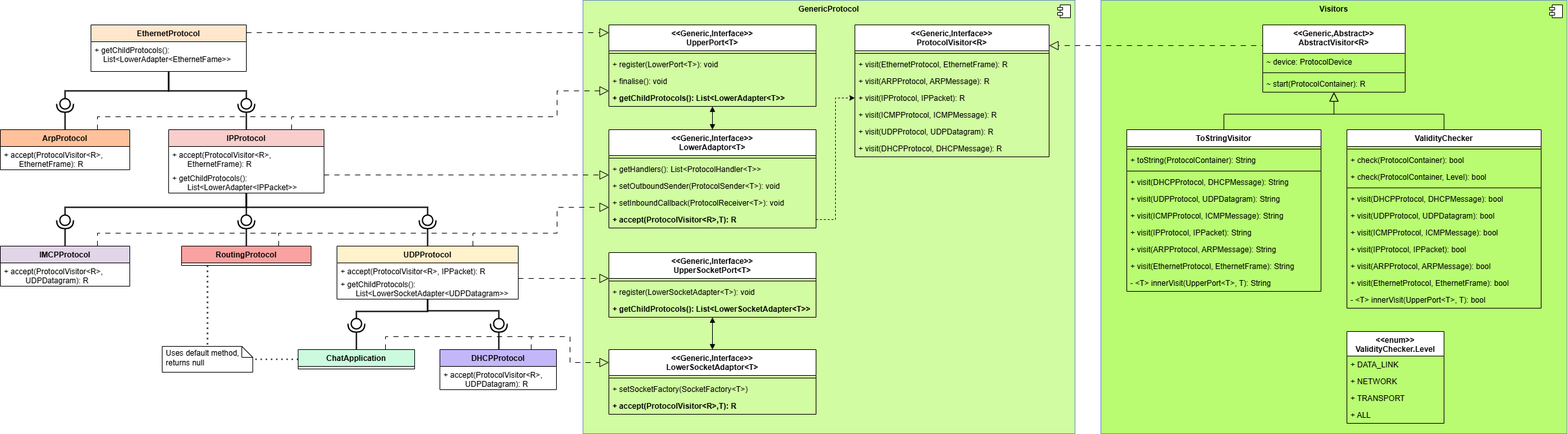
Earlier version of the draw.io export appliedprog/diagrams/week18.png (RichardMorris/TRUR3125-Applied-Programming-26-27). Source tidied: cells renumbered, new cells last; positions are measured from the earlier drawing's top-left corner, leaving out a move shared by most shapes.
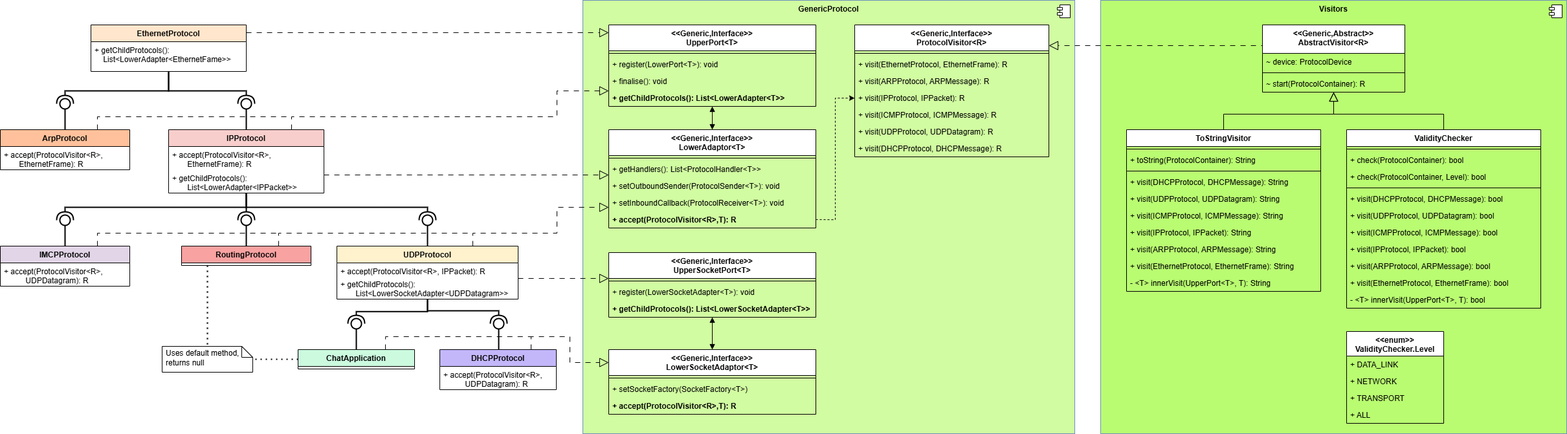
The same diagram one commit later.

The edit, as a diff of the source:
```diff
@@ -25,12 +25,12 @@
     <mxCell id="7" value="+ accept(ProtocolVisitor&amp;lt;R&amp;gt;,&amp;nbsp;&lt;br&gt;&lt;span style=&quot;background-color: transparent; color: light-dark(rgb(0, 0, 0), rgb(255, 255, 255));&quot;&gt;&amp;nbsp; &amp;nbsp; &amp;nbsp; &amp;nbsp; &amp;nbsp; UDPDatagram): R&lt;/span&gt;" style="text;strokeColor=none;fillColor=none;align=left;verticalAlign=top;spacingLeft=4;spacingRight=4;overflow=hidden;whiteSpace=wrap;html=1;" parent="6" vertex="1">
       <mxGeometry y="26" width="200" height="36" as="geometry" />
     </mxCell>
-    <mxCell id="8" style="rounded=0;jettySize=auto;html=1;endArrow=halfCircle;endFill=0;endSize=10;strokeWidth=2;sketch=0;" parent="1" edge="1" source="26">
+    <mxCell id="8" style="rounded=0;jettySize=auto;html=1;endArrow=oval;endFill=0;endSize=16;strokeWidth=2;sketch=0;strokeColor=default;align=center;verticalAlign=middle;fontFamily=Helvetica;fontSize=11;fontColor=default;labelBackgroundColor=default;sourcePerimeterSpacing=0;targetPerimeterSpacing=0;" parent="1" edge="1" source="26">
       <mxGeometry relative="1" as="geometry">
         <mxPoint x="100" y="160" as="targetPoint" />
       </mxGeometry>
     </mxCell>
-    <mxCell id="9" style="rounded=0;jettySize=auto;html=1;endArrow=oval;endFill=0;sketch=0;sourcePerimeterSpacing=0;targetPerimeterSpacing=0;endSize=16;strokeWidth=2;edgeStyle=orthogonalEdgeStyle;" parent="1" edge="1" source="33">
+    <mxCell id="9" style="rounded=0;jettySize=auto;html=1;endArrow=halfCircle;endFill=0;sketch=0;sourcePerimeterSpacing=0;targetPerimeterSpacing=0;endSize=10;strokeWidth=2;edgeStyle=orthogonalEdgeStyle;strokeColor=default;align=center;verticalAlign=middle;fontFamily=Helvetica;fontSize=11;fontColor=default;labelBackgroundColor=default;" parent="1" edge="1" source="33">
       <mxGeometry relative="1" as="geometry">
         <mxPoint x="660" y="340" as="targetPoint" />
         <Array as="points">
@@ -39,17 +39,17 @@
         </Array>
       </mxGeometry>
     </mxCell>
-    <mxCell id="10" style="rounded=0;jettySize=auto;html=1;endArrow=oval;endFill=0;sketch=0;sourcePerimeterSpacing=0;targetPerimeterSpacing=0;endSize=16;strokeWidth=2;" parent="1" edge="1" source="33">
+    <mxCell id="10" style="rounded=0;jettySize=auto;html=1;endArrow=halfCircle;endFill=0;sketch=0;sourcePerimeterSpacing=0;targetPerimeterSpacing=0;endSize=10;strokeWidth=2;strokeColor=default;align=center;verticalAlign=middle;fontFamily=Helvetica;fontSize=11;fontColor=default;labelBackgroundColor=default;" parent="1" edge="1" source="33">
       <mxGeometry relative="1" as="geometry">
         <mxPoint x="380" y="340" as="targetPoint" />
       </mxGeometry>
     </mxCell>
-    <mxCell id="11" style="rounded=0;jettySize=auto;html=1;endArrow=halfCircle;endFill=0;endSize=10;strokeWidth=2;sketch=0;" parent="1" edge="1" source="6">
+    <mxCell id="11" style="rounded=0;jettySize=auto;html=1;endArrow=oval;endFill=0;endSize=16;strokeWidth=2;sketch=0;strokeColor=default;align=center;verticalAlign=middle;fontFamily=Helvetica;fontSize=11;fontColor=default;labelBackgroundColor=default;sourcePerimeterSpacing=0;targetPerimeterSpacing=0;" parent="1" edge="1" source="6">
       <mxGeometry relative="1" as="geometry">
         <mxPoint x="100" y="340" as="targetPoint" />
       </mxGeometry>
     </mxCell>
-    <mxCell id="12" style="rounded=0;jettySize=auto;html=1;endArrow=halfCircle;endFill=0;endSize=10;strokeWidth=2;sketch=0;" parent="1" edge="1" source="2">
+    <mxCell id="12" style="rounded=0;jettySize=auto;html=1;endArrow=oval;endFill=0;endSize=16;strokeWidth=2;sketch=0;strokeColor=default;align=center;verticalAlign=middle;fontFamily=Helvetica;fontSize=11;fontColor=default;labelBackgroundColor=default;sourcePerimeterSpacing=0;targetPerimeterSpacing=0;" parent="1" edge="1" source="2">
       <mxGeometry relative="1" as="geometry">
         <mxPoint x="660" y="340" as="targetPoint" />
       </mxGeometry>
@@ -65,12 +65,12 @@
     <mxCell id="14" value="ChatApplication" style="swimlane;fontStyle=1;align=center;verticalAlign=top;horizontal=1;startSize=26;whiteSpace=wrap;html=1;fillColor=#CBFADF;" parent="1" vertex="1">
       <mxGeometry x="460" y="540" width="180" height="30" as="geometry" />
     </mxCell>
-    <mxCell id="15" style="rounded=0;jettySize=auto;html=1;endArrow=halfCircle;endFill=0;endSize=10;strokeWidth=2;sketch=0;" parent="1" edge="1" source="14">
+    <mxCell id="15" style="rounded=0;jettySize=auto;html=1;endArrow=oval;endFill=0;endSize=16;strokeWidth=2;sketch=0;strokeColor=default;align=center;verticalAlign=middle;fontFamily=Helvetica;fontSize=11;fontColor=default;labelBackgroundColor=default;sourcePerimeterSpacing=0;targetPerimeterSpacing=0;" parent="1" edge="1" source="14">
       <mxGeometry relative="1" as="geometry">
         <mxPoint x="550" y="500" as="targetPoint" />
       </mxGeometry>
     </mxCell>
-    <mxCell id="16" style="rounded=0;jettySize=auto;html=1;endArrow=oval;endFill=0;sketch=0;sourcePerimeterSpacing=0;targetPerimeterSpacing=0;endSize=16;strokeWidth=2;edgeStyle=orthogonalEdgeStyle;" parent="1" edge="1" source="2">
+    <mxCell id="16" style="rounded=0;jettySize=auto;html=1;endArrow=halfCircle;endFill=0;sketch=0;sourcePerimeterSpacing=0;targetPerimeterSpacing=0;endSize=10;strokeWidth=2;edgeStyle=orthogonalEdgeStyle;strokeColor=default;align=center;verticalAlign=middle;fontFamily=Helvetica;fontSize=11;fontColor=default;labelBackgroundColor=default;" parent="1" edge="1" source="2">
       <mxGeometry relative="1" as="geometry">
         <mxPoint x="770" y="500" as="targetPoint" />
         <Array as="points">
@@ -85,7 +85,7 @@
     <mxCell id="18" value="+ accept(ProtocolVisitor&amp;lt;R&amp;gt;,&amp;nbsp;&lt;br&gt;&lt;span style=&quot;background-color: transparent; color: light-dark(rgb(0, 0, 0), rgb(255, 255, 255));&quot;&gt;&amp;nbsp; &amp;nbsp; &amp;nbsp; &amp;nbsp; &amp;nbsp; UDPDatagram): R&lt;/span&gt;" style="text;strokeColor=none;fillColor=none;align=left;verticalAlign=top;spacingLeft=4;spacingRight=4;overflow=hidden;whiteSpace=wrap;html=1;" parent="17" vertex="1">
       <mxGeometry y="26" width="180" height="36" as="geometry" />
     </mxCell>
-    <mxCell id="19" style="rounded=0;jettySize=auto;html=1;endArrow=halfCircle;endFill=0;endSize=10;strokeWidth=2;sketch=0;edgeStyle=orthogonalEdgeStyle;" parent="1" edge="1" source="17">
+    <mxCell id="19" style="rounded=0;jettySize=auto;html=1;endArrow=oval;endFill=0;endSize=16;strokeWidth=2;sketch=0;edgeStyle=orthogonalEdgeStyle;strokeColor=default;align=center;verticalAlign=middle;fontFamily=Helvetica;fontSize=11;fontColor=default;labelBackgroundColor=default;sourcePerimeterSpacing=0;targetPerimeterSpacing=0;" parent="1" edge="1" source="17">
       <mxGeometry relative="1" as="geometry">
         <mxPoint x="770" y="500" as="targetPoint" />
         <Array as="points">
@@ -94,7 +94,7 @@
         </Array>
       </mxGeometry>
     </mxCell>
-    <mxCell id="20" style="rounded=0;jettySize=auto;html=1;endArrow=oval;endFill=0;sketch=0;sourcePerimeterSpacing=0;targetPerimeterSpacing=0;endSize=16;strokeWidth=2;edgeStyle=orthogonalEdgeStyle;" parent="1" edge="1" source="2">
+    <mxCell id="20" style="rounded=0;jettySize=auto;html=1;endArrow=halfCircle;endFill=0;sketch=0;sourcePerimeterSpacing=0;targetPerimeterSpacing=0;endSize=10;strokeWidth=2;edgeStyle=orthogonalEdgeStyle;strokeColor=default;align=center;verticalAlign=middle;fontFamily=Helvetica;fontSize=11;fontColor=default;labelBackgroundColor=default;" parent="1" edge="1" source="2">
       <mxGeometry relative="1" as="geometry">
         <mxPoint x="550" y="500" as="targetPoint" />
         <Array as="points">
@@ -109,12 +109,12 @@
     <mxCell id="22" value="+ getChildProtocols()&lt;span style=&quot;background-color: transparent; color: light-dark(rgb(0, 0, 0), rgb(255, 255, 255));&quot;&gt;:&lt;/span&gt;&lt;div&gt;&lt;span style=&quot;background-color: transparent; color: light-dark(rgb(0, 0, 0), rgb(255, 255, 255));&quot;&gt;&amp;nbsp; &amp;nbsp; List&amp;lt;&lt;/span&gt;&lt;span style=&quot;background-color: transparent; color: light-dark(rgb(0, 0, 0), rgb(255, 255, 255));&quot;&gt;LowerAdapter&lt;/span&gt;&lt;span style=&quot;background-color: transparent; color: light-dark(rgb(0, 0, 0), rgb(255, 255, 255));&quot;&gt;&amp;lt;EthernetFame&amp;gt;&amp;gt;&lt;/span&gt;&lt;/div&gt;" style="text;strokeColor=none;fillColor=none;align=left;verticalAlign=top;spacingLeft=4;spacingRight=4;overflow=hidden;whiteSpace=wrap;html=1;" parent="21" vertex="1">
       <mxGeometry y="26" width="240" height="46" as="geometry" />
     </mxCell>
-    <mxCell id="23" style="rounded=0;jettySize=auto;html=1;endArrow=halfCircle;endFill=0;endSize=10;strokeWidth=2;sketch=0;" parent="1" edge="1" source="33">
+    <mxCell id="23" style="rounded=0;jettySize=auto;html=1;endArrow=oval;endFill=0;endSize=16;strokeWidth=2;sketch=0;strokeColor=default;align=center;verticalAlign=middle;fontFamily=Helvetica;fontSize=11;fontColor=default;labelBackgroundColor=default;sourcePerimeterSpacing=0;targetPerimeterSpacing=0;" parent="1" edge="1" source="33">
       <mxGeometry relative="1" as="geometry">
         <mxPoint x="380" y="160" as="targetPoint" />
       </mxGeometry>
     </mxCell>
-    <mxCell id="24" style="rounded=0;jettySize=auto;html=1;endArrow=oval;endFill=0;sketch=0;sourcePerimeterSpacing=0;targetPerimeterSpacing=0;endSize=16;strokeWidth=2;edgeStyle=orthogonalEdgeStyle;" parent="1" edge="1" source="21">
+    <mxCell id="24" style="rounded=0;jettySize=auto;html=1;endArrow=halfCircle;endFill=0;sketch=0;sourcePerimeterSpacing=0;targetPerimeterSpacing=0;endSize=10;strokeWidth=2;edgeStyle=orthogonalEdgeStyle;strokeColor=default;align=center;verticalAlign=middle;fontFamily=Helvetica;fontSize=11;fontColor=default;labelBackgroundColor=default;" parent="1" edge="1" source="21">
       <mxGeometry relative="1" as="geometry">
         <mxPoint x="100" y="160" as="targetPoint" />
         <Array as="points">
@@ -148,7 +148,7 @@
     <mxCell id="29" value="RoutingProtocol" style="swimlane;fontStyle=1;align=center;verticalAlign=top;horizontal=1;startSize=26;whiteSpace=wrap;html=1;fillColor=#F8A2A1;" parent="1" vertex="1">
       <mxGeometry x="280" y="380" width="200" height="30" as="geometry" />
     </mxCell>
-    <mxCell id="30" style="rounded=0;jettySize=auto;html=1;endArrow=oval;endFill=0;sketch=0;sourcePerimeterSpacing=0;targetPerimeterSpacing=0;endSize=16;strokeWidth=2;edgeStyle=orthogonalEdgeStyle;" parent="1" edge="1" source="33">
+    <mxCell id="30" style="rounded=0;jettySize=auto;html=1;endArrow=halfCircle;endFill=0;sketch=0;sourcePerimeterSpacing=0;targetPerimeterSpacing=0;endSize=10;strokeWidth=2;edgeStyle=orthogonalEdgeStyle;strokeColor=default;align=center;verticalAlign=middle;fontFamily=Helvetica;fontSize=11;fontColor=default;labelBackgroundColor=default;" parent="1" edge="1" source="33">
       <mxGeometry relative="1" as="geometry">
         <mxPoint x="100" y="340" as="targetPoint" />
         <Array as="points">
@@ -157,12 +157,12 @@
         </Array>
       </mxGeometry>
     </mxCell>
-    <mxCell id="31" style="rounded=0;jettySize=auto;html=1;endArrow=halfCircle;endFill=0;endSize=10;strokeWidth=2;sketch=0;" parent="1" edge="1" source="29">
+    <mxCell id="31" style="rounded=0;jettySize=auto;html=1;endArrow=oval;endFill=0;endSize=16;strokeWidth=2;sketch=0;strokeColor=default;align=center;verticalAlign=middle;fontFamily=Helvetica;fontSize=11;fontColor=default;labelBackgroundColor=default;sourcePerimeterSpacing=0;targetPerimeterSpacing=0;" parent="1" edge="1" source="29">
       <mxGeometry relative="1" as="geometry">
         <mxPoint x="380" y="340" as="targetPoint" />
       </mxGeometry>
     </mxCell>
-    <mxCell id="32" style="rounded=0;jettySize=auto;html=1;endArrow=oval;endFill=0;sketch=0;sourcePerimeterSpacing=0;targetPerimeterSpacing=0;endSize=16;strokeWidth=2;edgeStyle=orthogonalEdgeStyle;" parent="1" edge="1" source="21">
+    <mxCell id="32" style="rounded=0;jettySize=auto;html=1;endArrow=halfCircle;endFill=0;sketch=0;sourcePerimeterSpacing=0;targetPerimeterSpacing=0;endSize=10;strokeWidth=2;edgeStyle=orthogonalEdgeStyle;strokeColor=default;align=center;verticalAlign=middle;fontFamily=Helvetica;fontSize=11;fontColor=default;labelBackgroundColor=default;" parent="1" edge="1" source="21">
       <mxGeometry relative="1" as="geometry">
         <mxPoint x="380" y="160" as="targetPoint" />
         <Array as="points">
```
